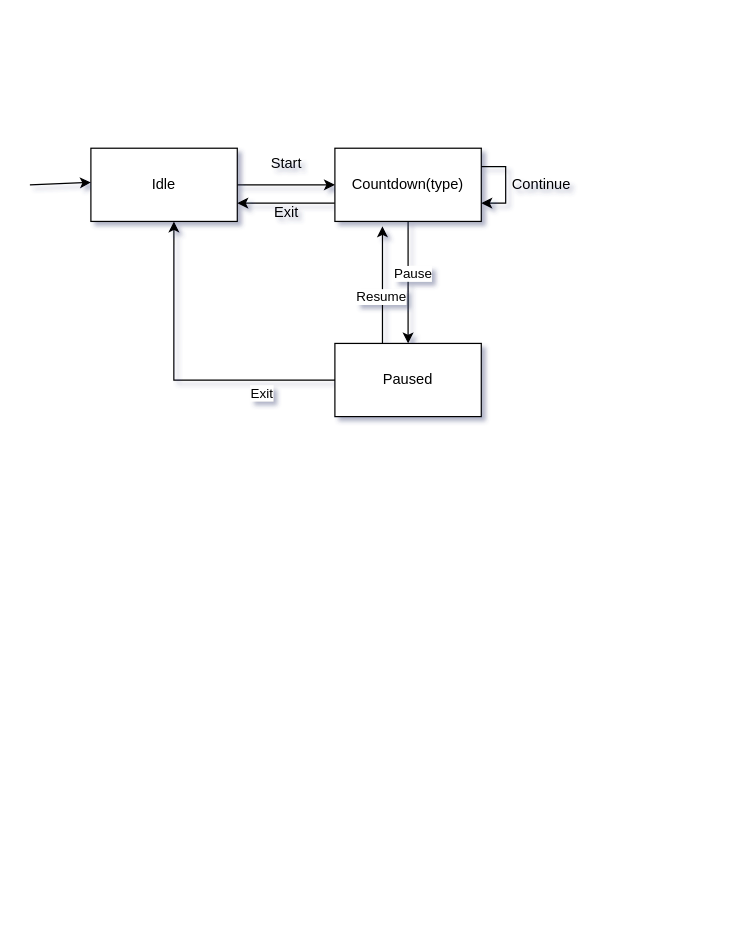
Above: docs/statemachine.drawio in aaadam3042/RustyPomodoro (draw.io), before the change. Source tidied: cells renumbered, new cells numbered last; positions are measured from the earlier drawing's top-left corner, leaving out a move shared by most shapes. Both pictures are drawn from the tidied source at 122%, with x=0, y=0 at pixel (29, 145).
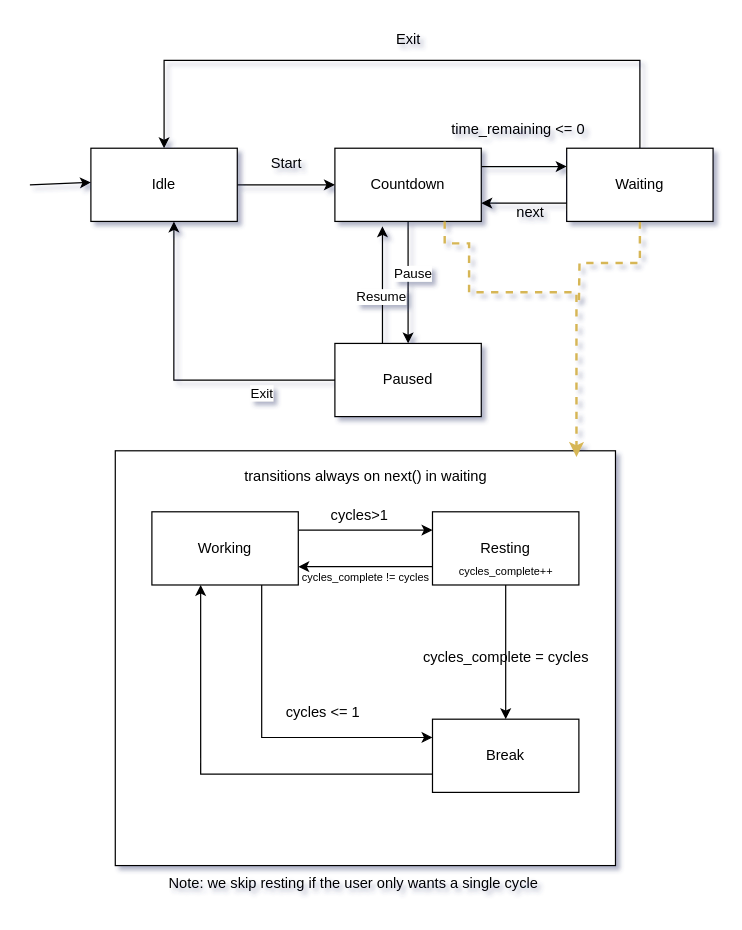
The same diagram, later.

The change refers to these unchanged cells:
```xml
<mxCell id="3" value="Idle" style="rounded=0;whiteSpace=wrap;html=1;" parent="1" vertex="1">
  <mxGeometry x="50" y="2" width="120" height="60" as="geometry" />
</mxCell>
```

Diff of the diagram source:
```diff
@@
+    <mxCell id="18" style="rounded=0;whiteSpace=wrap;html=1;" parent="1" vertex="1">
+      <mxGeometry x="70" y="250" width="410" height="340" as="geometry" />
+    </mxCell>
@@
-    <mxCell id="6" style="edgeStyle=orthogonalEdgeStyle;rounded=0;jettySize=auto;html=1;exitX=0;exitY=0.75;exitDx=0;exitDy=0;entryX=1;entryY=0.75;entryDx=0;entryDy=0;" parent="1" edge="1" source="7" target="3">
-      <mxGeometry relative="1" as="geometry" />
-    </mxCell>
+    <mxCell id="19" style="edgeStyle=orthogonalEdgeStyle;rounded=0;jettySize=auto;html=1;exitX=1;exitY=0.25;exitDx=0;exitDy=0;entryX=0;entryY=0.25;entryDx=0;entryDy=0;" parent="1" edge="1" source="7" target="23">
+      <mxGeometry relative="1" as="geometry" />
+    </mxCell>
-    <mxCell id="7" value="Countdown(type)" style="rounded=0;whiteSpace=wrap;html=1;" parent="1" vertex="1">
+    <mxCell id="7" value="Countdown" style="rounded=0;whiteSpace=wrap;html=1;" parent="1" vertex="1">
       <mxGeometry x="250" y="2" width="120" height="60" as="geometry" />
     </mxCell>
@@
-    <mxCell id="13" value="Exit" style="text;html=1;align=center;verticalAlign=middle;strokeColor=none;fillColor=none;" parent="1" vertex="1">
-      <mxGeometry x="190" y="40" width="40" height="30" as="geometry" />
-    </mxCell>
-    <mxCell id="14" style="edgeStyle=orthogonalEdgeStyle;rounded=0;orthogonalLoop=1;jettySize=auto;html=1;exitX=1;exitY=0.25;exitDx=0;exitDy=0;entryX=1;entryY=0.75;entryDx=0;entryDy=0;" parent="1" edge="1" source="7" target="7">
-      <mxGeometry relative="1" as="geometry">
-        <Array as="points">
-          <mxPoint x="390" y="17" />
-          <mxPoint x="390" y="47" />
-        </Array>
-      </mxGeometry>
-    </mxCell>
-    <mxCell id="15" value="Continue" style="text;html=1;align=center;verticalAlign=middle;strokeColor=none;fillColor=none;" parent="1" vertex="1">
-      <mxGeometry x="384" y="17" width="70" height="30" as="geometry" />
-    </mxCell>
@@
+    <mxCell id="20" style="edgeStyle=orthogonalEdgeStyle;rounded=0;jettySize=auto;html=1;exitX=0;exitY=0.75;exitDx=0;exitDy=0;entryX=1;entryY=0.75;entryDx=0;entryDy=0;" parent="1" edge="1" source="23" target="7">
+      <mxGeometry relative="1" as="geometry" />
+    </mxCell>
+    <mxCell id="21" style="edgeStyle=orthogonalEdgeStyle;rounded=0;jettySize=auto;html=1;entryX=0.5;entryY=0;entryDx=0;entryDy=0;" parent="1" edge="1" source="23" target="3">
+      <mxGeometry relative="1" as="geometry">
+        <Array as="points">
+          <mxPoint x="500" y="-70" />
+          <mxPoint x="110" y="-70" />
+        </Array>
+      </mxGeometry>
+    </mxCell>
+    <mxCell id="22" style="edgeStyle=orthogonalEdgeStyle;rounded=0;jettySize=auto;html=1;fillColor=#fff2cc;strokeColor=#d6b656;dashed=1;strokeWidth=2;endArrow=none;endFill=0;" parent="1" edge="1" source="23">
+      <mxGeometry relative="1" as="geometry">
+        <mxPoint x="450" y="130" as="targetPoint" />
+      </mxGeometry>
+    </mxCell>
+    <mxCell id="23" value="Waiting" style="rounded=0;whiteSpace=wrap;html=1;" parent="1" vertex="1">
+      <mxGeometry x="440" y="2" width="120" height="60" as="geometry" />
+    </mxCell>
+    <mxCell id="24" value="time_remaining &amp;lt;= 0" style="text;html=1;align=center;verticalAlign=middle;strokeColor=none;fillColor=none;" parent="1" vertex="1">
+      <mxGeometry x="335" y="-28" width="130" height="30" as="geometry" />
+    </mxCell>
+    <mxCell id="25" value="next" style="text;html=1;align=center;verticalAlign=middle;strokeColor=none;fillColor=none;" parent="1" vertex="1">
+      <mxGeometry x="385" y="40" width="50" height="30" as="geometry" />
+    </mxCell>
+    <mxCell id="13" value="Exit" style="text;html=1;align=center;verticalAlign=middle;strokeColor=none;fillColor=none;" parent="1" vertex="1">
+      <mxGeometry x="290" y="-102" width="40" height="30" as="geometry" />
+    </mxCell>
+    <mxCell id="26" style="edgeStyle=orthogonalEdgeStyle;rounded=0;jettySize=auto;html=1;exitX=1;exitY=0.25;exitDx=0;exitDy=0;entryX=0;entryY=0.25;entryDx=0;entryDy=0;" parent="1" edge="1" source="28" target="31">
+      <mxGeometry relative="1" as="geometry" />
+    </mxCell>
+    <mxCell id="27" style="edgeStyle=orthogonalEdgeStyle;rounded=0;jettySize=auto;html=1;exitX=0.75;exitY=1;exitDx=0;exitDy=0;entryX=0;entryY=0.25;entryDx=0;entryDy=0;" parent="1" edge="1" source="28" target="32">
+      <mxGeometry relative="1" as="geometry" />
+    </mxCell>
+    <mxCell id="28" value="Working" style="rounded=0;whiteSpace=wrap;html=1;" parent="1" vertex="1">
+      <mxGeometry x="100" y="300" width="120" height="60" as="geometry" />
+    </mxCell>
+    <mxCell id="29" style="edgeStyle=orthogonalEdgeStyle;rounded=0;jettySize=auto;html=1;exitX=0;exitY=0.75;exitDx=0;exitDy=0;entryX=1;entryY=0.75;entryDx=0;entryDy=0;" parent="1" edge="1" source="31" target="28">
+      <mxGeometry relative="1" as="geometry" />
+    </mxCell>
+    <mxCell id="30" style="edgeStyle=orthogonalEdgeStyle;rounded=0;jettySize=auto;html=1;entryX=0.5;entryY=0;entryDx=0;entryDy=0;" parent="1" edge="1" source="31" target="32">
+      <mxGeometry relative="1" as="geometry" />
+    </mxCell>
+    <mxCell id="31" value="Resting" style="rounded=0;whiteSpace=wrap;html=1;" parent="1" vertex="1">
+      <mxGeometry x="330" y="300" width="120" height="60" as="geometry" />
+    </mxCell>
+    <mxCell id="32" value="Break" style="rounded=0;whiteSpace=wrap;html=1;" parent="1" vertex="1">
+      <mxGeometry x="330" y="470" width="120" height="60" as="geometry" />
+    </mxCell>
+    <mxCell id="33" style="edgeStyle=orthogonalEdgeStyle;rounded=0;jettySize=auto;html=1;exitX=0.75;exitY=1;exitDx=0;exitDy=0;entryX=0.922;entryY=0.015;entryDx=0;entryDy=0;entryPerimeter=0;fillColor=#fff2cc;strokeColor=#d6b656;dashed=1;strokeWidth=2;" parent="1" edge="1" source="7" target="18">
+      <mxGeometry relative="1" as="geometry">
+        <Array as="points">
+          <mxPoint x="340" y="80" />
+          <mxPoint x="360" y="80" />
+          <mxPoint x="360" y="120" />
+          <mxPoint x="448" y="120" />
+        </Array>
+      </mxGeometry>
+    </mxCell>
+    <mxCell id="34" value="cycles&amp;gt;1" style="text;html=1;align=center;verticalAlign=middle;strokeColor=none;fillColor=none;" parent="1" vertex="1">
+      <mxGeometry x="235" y="288" width="70" height="30" as="geometry" />
+    </mxCell>
+    <mxCell id="35" value="transitions always on next() in waiting" style="text;html=1;align=center;verticalAlign=middle;strokeColor=none;fillColor=none;" parent="1" vertex="1">
+      <mxGeometry x="165" y="256" width="220" height="30" as="geometry" />
+    </mxCell>
+    <mxCell id="36" value="cycles &amp;lt;= 1" style="text;html=1;align=center;verticalAlign=middle;strokeColor=none;fillColor=none;" parent="1" vertex="1">
+      <mxGeometry x="200" y="450" width="80" height="30" as="geometry" />
+    </mxCell>
+    <mxCell id="37" style="edgeStyle=orthogonalEdgeStyle;rounded=0;jettySize=auto;html=1;exitX=0;exitY=0.75;exitDx=0;exitDy=0;entryX=0.333;entryY=1;entryDx=0;entryDy=0;entryPerimeter=0;" parent="1" edge="1" source="32" target="28">
+      <mxGeometry relative="1" as="geometry" />
+    </mxCell>
+    <mxCell id="38" value="cycles_complete = cycles" style="text;html=1;align=center;verticalAlign=middle;strokeColor=none;fillColor=none;" parent="1" vertex="1">
+      <mxGeometry x="310" y="405" width="160" height="30" as="geometry" />
+    </mxCell>
+    <mxCell id="39" value="Note: we skip resting if the user only wants a single cycle" style="text;html=1;align=center;verticalAlign=middle;strokeColor=none;fillColor=none;" parent="1" vertex="1">
+      <mxGeometry x="100" y="590" width="330" height="30" as="geometry" />
+    </mxCell>
+    <mxCell id="40" value="&lt;font style=&quot;font-size: 9px;&quot;&gt;cycles_complete++&lt;/font&gt;" style="text;html=1;align=center;verticalAlign=middle;strokeColor=none;fillColor=none;" parent="1" vertex="1">
+      <mxGeometry x="340" y="333" width="100" height="30" as="geometry" />
+    </mxCell>
+    <mxCell id="41" value="&lt;font style=&quot;font-size: 9px;&quot;&gt;cycles_complete != cycles&lt;/font&gt;" style="text;html=1;align=center;verticalAlign=middle;strokeColor=none;fillColor=none;" parent="1" vertex="1">
+      <mxGeometry x="210" y="338" width="130" height="30" as="geometry" />
+    </mxCell>
```
